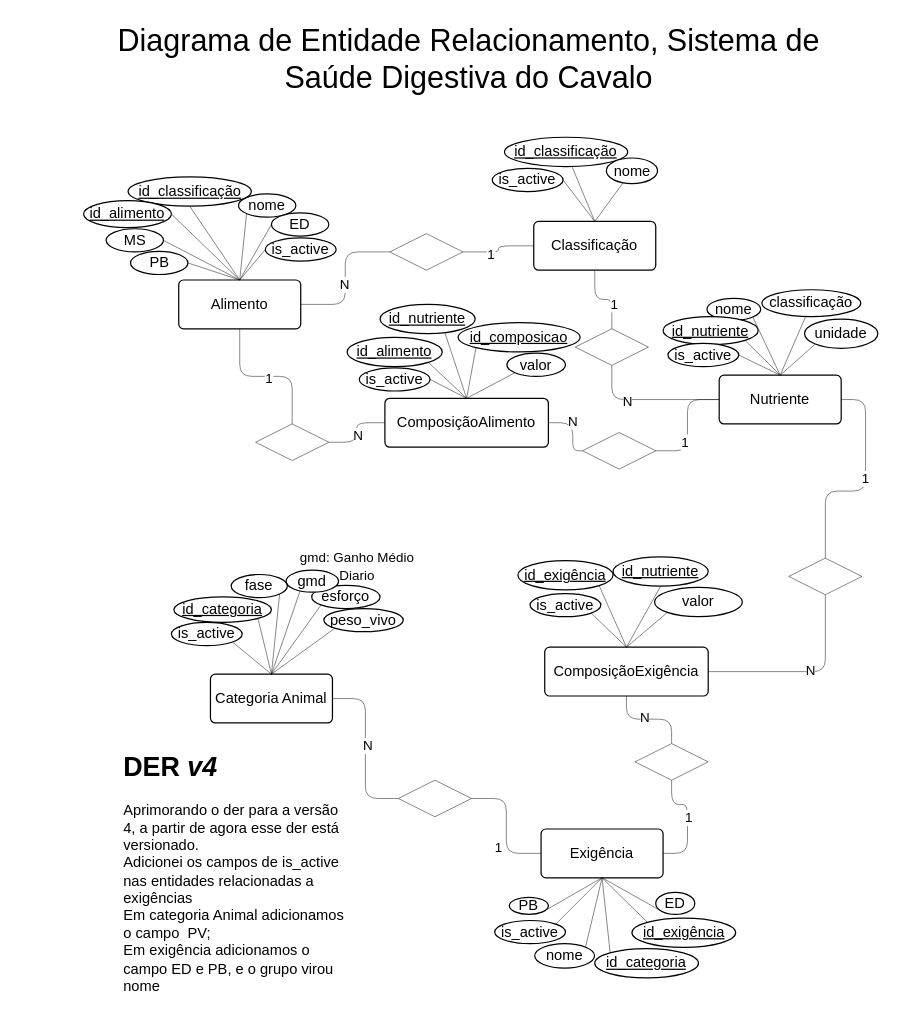
The draw.io diagram doc/DerV4.drawio in Gabriel-Augusto21/ESDC, before the edit. Source tidied: cells renumbered, new cells numbered last; positions are measured from the earlier drawing's top-left corner, leaving out a move shared by most shapes. Both pictures are drawn from the tidied source at 122%, with x=0, y=0 at pixel (68, 39).
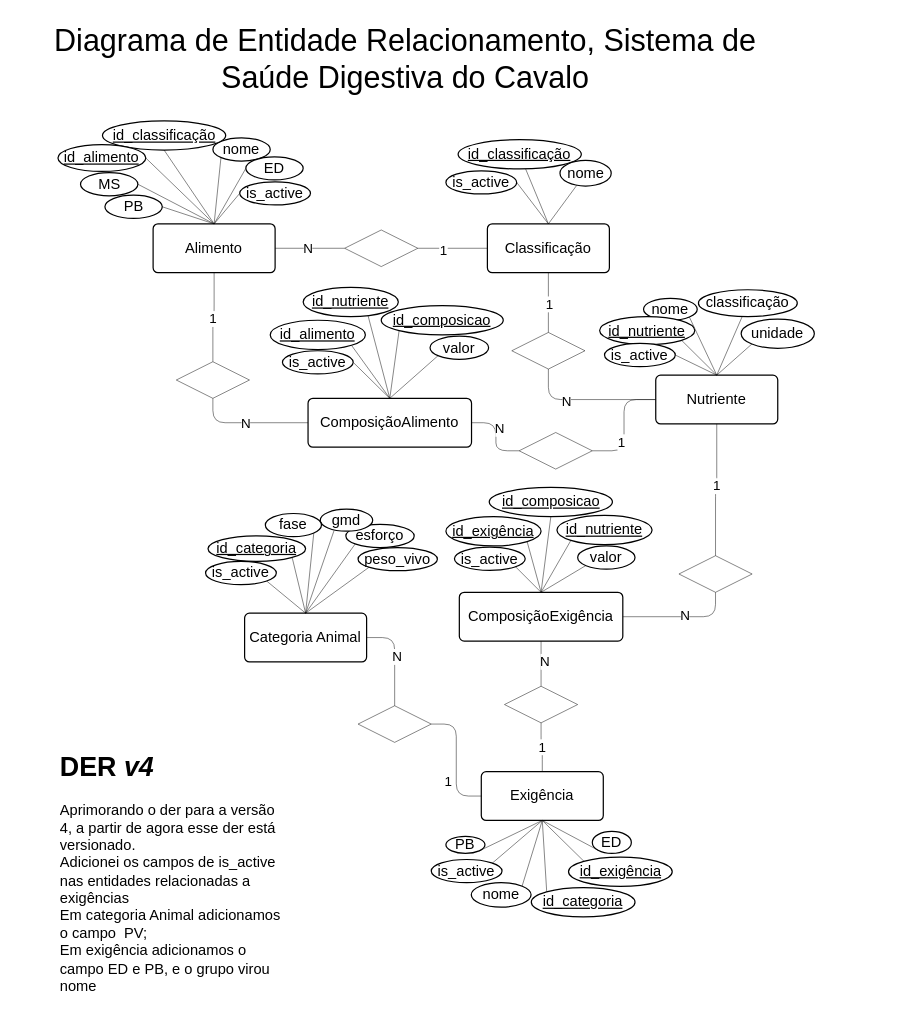
After the change.

The change refers to these unchanged cells:
```xml
<mxCell id="38" value="Nutriente" style="rounded=1;arcSize=10;whiteSpace=wrap;html=1;align=center;" parent="37" vertex="1">
  <mxGeometry x="52" y="70" width="100" height="40" as="geometry" />
</mxCell>
<mxCell id="55" value="ComposiçãoAlimento" style="rounded=1;arcSize=10;whiteSpace=wrap;html=1;align=center;" parent="54" vertex="1">
  <mxGeometry x="31" y="71" width="134" height="40" as="geometry" />
</mxCell>
<mxCell id="67" value="ComposiçãoExigência" style="rounded=1;arcSize=10;whiteSpace=wrap;html=1;align=center;" parent="66" vertex="1">
  <mxGeometry x="31" y="71" width="134" height="40" as="geometry" />
</mxCell>
<mxCell id="100" style="edgeStyle=orthogonalEdgeStyle;shape=connector;curved=0;rounded=1;jettySize=auto;html=1;shadow=0;strokeColor=default;strokeWidth=0.3937;align=center;verticalAlign=middle;fontFamily=Helvetica;fontSize=11;fontColor=default;labelBackgroundColor=default;startFill=0;endArrow=none;flowAnimation=0;exitX=0.5;exitY=1;exitDx=0;exitDy=0;entryX=0.5;entryY=0;entryDx=0;entryDy=0;" parent="1" edge="1" source="4" target="99">
  <mxGeometry relative="1" as="geometry" />
</mxCell>
<mxCell id="111" value="Categoria Animal" style="rounded=1;arcSize=10;whiteSpace=wrap;html=1;align=center;" parent="110" vertex="1">
  <mxGeometry y="61" width="100" height="40" as="geometry" />
</mxCell>
```

Change to the diagram source:
```diff
@@
-    <mxCell id="2" value="gmd: Ganho Médio Diario" style="text;html=1;align=center;verticalAlign=middle;whiteSpace=wrap;rounded=0;fontFamily=Helvetica;fontSize=11;fontColor=default;labelBackgroundColor=default;" parent="1" vertex="1">
-      <mxGeometry x="178" y="417" width="117" height="30" as="geometry" />
-    </mxCell>
     <mxCell id="3" style="group;" parent="1" vertex="1">
-      <mxGeometry x="311" y="79" width="190.5" height="110" as="geometry" />
+      <mxGeometry x="273" y="81" width="190.5" height="110" as="geometry" />
     </mxCell>
@@
-    <mxCell id="15" style="edgeStyle=orthogonalEdgeStyle;rounded=1;jettySize=auto;html=1;exitX=1;exitY=0.5;exitDx=0;exitDy=0;entryX=0;entryY=0.5;entryDx=0;entryDy=0;endArrow=none;startFill=0;strokeWidth=0.3937;curved=0;flowAnimation=0;shadow=0;" parent="1" edge="1" source="17" target="55">
+    <mxCell id="15" style="edgeStyle=orthogonalEdgeStyle;rounded=1;jettySize=auto;html=1;exitX=0.5;exitY=1;exitDx=0;exitDy=0;entryX=0;entryY=0.5;entryDx=0;entryDy=0;endArrow=none;startFill=0;strokeWidth=0.3937;curved=0;flowAnimation=0;shadow=0;" parent="1" edge="1" source="17" target="55">
       <mxGeometry relative="1" as="geometry" />
     </mxCell>
@@
     <mxCell id="17" style="shape=rhombus;perimeter=rhombusPerimeter;whiteSpace=wrap;html=1;align=center;strokeWidth=0.3937;fontFamily=Helvetica;fontColor=#464646;spacing=0.3937;" parent="1" vertex="1">
-      <mxGeometry x="153" y="315" width="60" height="30" as="geometry" />
+      <mxGeometry x="88" y="264" width="60" height="30" as="geometry" />
     </mxCell>
@@
     <mxCell id="20" style="shape=rhombus;perimeter=rhombusPerimeter;whiteSpace=wrap;html=1;align=center;strokeWidth=0.3937;fontFamily=Helvetica;fontColor=#464646;spacing=0.3937;" parent="1" vertex="1">
-      <mxGeometry x="421" y="322" width="60" height="30" as="geometry" />
+      <mxGeometry x="369" y="322" width="60" height="30" as="geometry" />
     </mxCell>
     <mxCell id="21" style="group;" parent="1" vertex="1">
-      <mxGeometry y="117" width="215" height="120" as="geometry" />
+      <mxGeometry x="-21" y="71" width="215" height="120" as="geometry" />
     </mxCell>
@@
     <mxCell id="37" style="group;" parent="1" vertex="1">
-      <mxGeometry x="481" y="205" width="182" height="110" as="geometry" />
+      <mxGeometry x="429" y="205" width="182" height="110" as="geometry" />
     </mxCell>
@@
     <mxCell id="51" style="shape=rhombus;perimeter=rhombusPerimeter;whiteSpace=wrap;html=1;align=center;strokeWidth=0.3937;fontFamily=Helvetica;fontColor=#464646;spacing=0.3937;" parent="1" vertex="1">
-      <mxGeometry x="263" y="159" width="60" height="30" as="geometry" />
+      <mxGeometry x="226" y="156" width="60" height="30" as="geometry" />
     </mxCell>
@@
     <mxCell id="54" style="group;" parent="1" vertex="1">
-      <mxGeometry x="228" y="223" width="199" height="111" as="geometry" />
+      <mxGeometry x="165" y="223" width="199" height="111" as="geometry" />
     </mxCell>
@@
     <mxCell id="57" value="&lt;u&gt;id_alimento&lt;/u&gt;" style="ellipse;whiteSpace=wrap;html=1;align=center;" parent="54" vertex="1">
-      <mxGeometry y="21" width="78" height="24" as="geometry" />
+      <mxGeometry y="7" width="78" height="24" as="geometry" />
     </mxCell>
@@
     <mxCell id="59" value="valor" style="ellipse;whiteSpace=wrap;html=1;align=center;" parent="54" vertex="1">
-      <mxGeometry x="131" y="34" width="48" height="19" as="geometry" />
+      <mxGeometry x="131" y="20" width="48" height="19" as="geometry" />
     </mxCell>
@@
     <mxCell id="61" value="&lt;u&gt;id_nutriente&lt;/u&gt;" style="ellipse;whiteSpace=wrap;html=1;align=center;" parent="54" vertex="1">
-      <mxGeometry x="27" y="-6" width="78" height="24" as="geometry" />
+      <mxGeometry x="27" y="-20" width="78" height="24" as="geometry" />
     </mxCell>
@@
     <mxCell id="63" value="is_&lt;span style=&quot;background-color: transparent; color: light-dark(rgb(0, 0, 0), rgb(255, 255, 255));&quot;&gt;active&lt;/span&gt;" style="ellipse;whiteSpace=wrap;html=1;align=center;" parent="54" vertex="1">
-      <mxGeometry x="10" y="46" width="58" height="19" as="geometry" />
+      <mxGeometry x="10" y="32" width="58" height="19" as="geometry" />
     </mxCell>
     <mxCell id="64" value="&lt;u&gt;id_composicao&lt;/u&gt;" style="ellipse;whiteSpace=wrap;html=1;align=center;" parent="54" vertex="1">
-      <mxGeometry x="91" y="9" width="100" height="24" as="geometry" />
+      <mxGeometry x="91" y="-5" width="100" height="24" as="geometry" />
     </mxCell>
@@
     <mxCell id="66" style="group;" parent="1" vertex="1">
-      <mxGeometry x="359" y="427" width="176" height="111" as="geometry" />
+      <mxGeometry x="289" y="382" width="176" height="111" as="geometry" />
     </mxCell>
@@
     <mxCell id="69" value="&lt;u&gt;id_exigência&lt;/u&gt;" style="ellipse;whiteSpace=wrap;html=1;align=center;" parent="66" vertex="1">
-      <mxGeometry x="9" width="78" height="24" as="geometry" />
+      <mxGeometry x="20" y="9" width="78" height="24" as="geometry" />
     </mxCell>
@@
     <mxCell id="71" value="valor" style="ellipse;whiteSpace=wrap;html=1;align=center;" parent="66" vertex="1">
-      <mxGeometry x="121" y="22" width="72" height="24" as="geometry" />
+      <mxGeometry x="128" y="33" width="47" height="19" as="geometry" />
     </mxCell>
-    <mxCell id="72" style="edgeStyle=none;shape=connector;rounded=1;jettySize=auto;html=1;exitX=0.5;exitY=1;exitDx=0;exitDy=0;entryX=0.5;entryY=0;entryDx=0;entryDy=0;shadow=0;strokeColor=default;strokeWidth=0.3937;align=center;verticalAlign=middle;fontFamily=Helvetica;fontSize=11;fontColor=default;labelBackgroundColor=default;startFill=0;endArrow=none;flowAnimation=0;" parent="66" edge="1" source="73" target="67">
+    <mxCell id="72" style="edgeStyle=none;shape=connector;rounded=1;jettySize=auto;html=1;exitX=0;exitY=1;exitDx=0;exitDy=0;entryX=0.5;entryY=0;entryDx=0;entryDy=0;shadow=0;strokeColor=default;strokeWidth=0.3937;align=center;verticalAlign=middle;fontFamily=Helvetica;fontSize=11;fontColor=default;labelBackgroundColor=default;startFill=0;endArrow=none;flowAnimation=0;" parent="66" edge="1" source="73" target="67">
       <mxGeometry relative="1" as="geometry" />
     </mxCell>
     <mxCell id="73" value="&lt;u&gt;id_nutriente&lt;/u&gt;" style="ellipse;whiteSpace=wrap;html=1;align=center;" parent="66" vertex="1">
-      <mxGeometry x="87" y="-3" width="78" height="24" as="geometry" />
+      <mxGeometry x="111" y="8" width="78" height="24" as="geometry" />
     </mxCell>
     <mxCell id="74" value="is_&lt;span style=&quot;background-color: transparent; color: light-dark(rgb(0, 0, 0), rgb(255, 255, 255));&quot;&gt;active&lt;/span&gt;" style="ellipse;whiteSpace=wrap;html=1;align=center;" parent="66" vertex="1">
-      <mxGeometry x="19" y="27" width="58" height="19" as="geometry" />
+      <mxGeometry x="27" y="34" width="58" height="19" as="geometry" />
     </mxCell>
@@
     <mxCell id="78" style="group;" parent="1" vertex="1">
-      <mxGeometry x="307" y="577" width="217" height="120" as="geometry" />
+      <mxGeometry x="255" y="530" width="217" height="120" as="geometry" />
     </mxCell>
     <mxCell id="79" value="Exigência" style="rounded=1;arcSize=10;whiteSpace=wrap;html=1;align=center;" parent="78" vertex="1">
-      <mxGeometry x="80" y="70" width="100" height="40" as="geometry" />
+      <mxGeometry x="83" y="70" width="100" height="40" as="geometry" />
     </mxCell>
     <mxCell id="80" style="shape=rhombus;perimeter=rhombusPerimeter;whiteSpace=wrap;html=1;align=center;strokeWidth=0.3937;fontFamily=Helvetica;fontColor=#464646;spacing=0.3937;" parent="78" vertex="1">
-      <mxGeometry x="157" width="60" height="30" as="geometry" />
+      <mxGeometry x="102" width="60" height="30" as="geometry" />
     </mxCell>
-    <mxCell id="81" style="edgeStyle=orthogonalEdgeStyle;shape=connector;curved=0;rounded=1;jettySize=auto;html=1;shadow=0;strokeColor=default;strokeWidth=0.3937;align=center;verticalAlign=middle;fontFamily=Helvetica;fontSize=11;fontColor=default;labelBackgroundColor=default;startFill=0;endArrow=none;flowAnimation=0;entryX=1;entryY=0.5;entryDx=0;entryDy=0;exitX=0.5;exitY=1;exitDx=0;exitDy=0;" parent="78" edge="1" source="80" target="79">
+    <mxCell id="81" style="edgeStyle=orthogonalEdgeStyle;shape=connector;curved=0;rounded=1;jettySize=auto;html=1;shadow=0;strokeColor=default;strokeWidth=0.3937;align=center;verticalAlign=middle;fontFamily=Helvetica;fontSize=11;fontColor=default;labelBackgroundColor=default;startFill=0;endArrow=none;flowAnimation=0;entryX=0.5;entryY=0;entryDx=0;entryDy=0;exitX=0.5;exitY=1;exitDx=0;exitDy=0;" parent="78" edge="1" source="80" target="79">
       <mxGeometry relative="1" as="geometry" />
     </mxCell>
@@
     <mxCell id="83" style="shape=rhombus;perimeter=rhombusPerimeter;whiteSpace=wrap;html=1;align=center;strokeWidth=0.3937;fontFamily=Helvetica;fontColor=#464646;spacing=0.3937;" parent="78" vertex="1">
-      <mxGeometry x="-37" y="30" width="60" height="30" as="geometry" />
+      <mxGeometry x="-18" y="16" width="60" height="30" as="geometry" />
     </mxCell>
@@
     <mxCell id="88" style="shape=rhombus;perimeter=rhombusPerimeter;whiteSpace=wrap;html=1;align=center;strokeWidth=0.3937;fontFamily=Helvetica;fontColor=#464646;spacing=0.3937;" parent="1" vertex="1">
-      <mxGeometry x="590" y="425" width="60" height="30" as="geometry" />
+      <mxGeometry x="500" y="423" width="60" height="30" as="geometry" />
     </mxCell>
-    <mxCell id="89" style="edgeStyle=orthogonalEdgeStyle;shape=connector;curved=0;rounded=1;jettySize=auto;html=1;exitX=1;exitY=0.5;exitDx=0;exitDy=0;shadow=0;strokeColor=default;strokeWidth=0.3937;align=center;verticalAlign=middle;fontFamily=Helvetica;fontSize=11;fontColor=default;labelBackgroundColor=default;startFill=0;endArrow=none;flowAnimation=0;entryX=0.5;entryY=0;entryDx=0;entryDy=0;" parent="1" edge="1" source="38" target="88">
+    <mxCell id="89" style="edgeStyle=orthogonalEdgeStyle;shape=connector;curved=0;rounded=1;jettySize=auto;html=1;exitX=0.5;exitY=1;exitDx=0;exitDy=0;shadow=0;strokeColor=default;strokeWidth=0.3937;align=center;verticalAlign=middle;fontFamily=Helvetica;fontSize=11;fontColor=default;labelBackgroundColor=default;startFill=0;endArrow=none;flowAnimation=0;entryX=0.5;entryY=0;entryDx=0;entryDy=0;" parent="1" edge="1" source="38" target="88">
       <mxGeometry relative="1" as="geometry" />
     </mxCell>
@@
     <mxCell id="91" value="&lt;font style=&quot;font-size: 25px;&quot;&gt;Diagrama de Entidade Relacionamento, Sistema de Saúde Digestiva do Cavalo&lt;/font&gt;" style="text;html=1;align=center;verticalAlign=middle;whiteSpace=wrap;rounded=0;fontFamily=Helvetica;fontSize=11;fontColor=default;labelBackgroundColor=default;" parent="1" vertex="1">
-      <mxGeometry x="12.5" width="630" height="30" as="geometry" />
+      <mxGeometry x="-39.5" width="630" height="30" as="geometry" />
     </mxCell>
     <mxCell id="92" value="&lt;h1 style=&quot;margin-top: 0px;&quot;&gt;&lt;span style=&quot;background-color: light-dark(#ffffff, var(--ge-dark-color, #121212)); color: light-dark(rgb(0, 0, 0), rgb(255, 255, 255));&quot;&gt;DER&amp;nbsp;&lt;i&gt;v4&lt;/i&gt;&lt;/span&gt;&lt;/h1&gt;&lt;div style=&quot;&quot;&gt;&lt;span style=&quot;font-size: 12px;&quot;&gt;Aprimorando o der para a versão 4, a partir de agora esse der está versionado.&lt;/span&gt;&lt;/div&gt;&lt;div style=&quot;&quot;&gt;&lt;span style=&quot;font-size: 12px;&quot;&gt;Adicionei os campos de is_active nas entidades relacionadas a exigências&lt;/span&gt;&lt;/div&gt;&lt;div style=&quot;&quot;&gt;&lt;span style=&quot;font-size: 12px;&quot;&gt;Em categoria Animal adicionamos o campo &lt;/span&gt;&lt;span style=&quot;font-size: 12px; background-color: light-dark(#ffffff, var(--ge-dark-color, #121212)); color: light-dark(rgb(0, 0, 0), rgb(255, 255, 255));&quot;&gt;&amp;nbsp;PV;&lt;/span&gt;&lt;/div&gt;&lt;div style=&quot;&quot;&gt;&lt;span style=&quot;font-size: 12px; background-color: light-dark(#ffffff, var(--ge-dark-color, #121212)); color: light-dark(rgb(0, 0, 0), rgb(255, 255, 255));&quot;&gt;Em exigência adicionamos o campo&amp;nbsp;&lt;/span&gt;&lt;span style=&quot;color: light-dark(rgb(0, 0, 0), rgb(255, 255, 255)); font-size: 12px;&quot;&gt;ED e&amp;nbsp;&lt;/span&gt;&lt;span style=&quot;background-color: light-dark(#ffffff, var(--ge-dark-color, #121212)); color: light-dark(rgb(0, 0, 0), rgb(255, 255, 255)); font-size: 12px;&quot;&gt;PB, e o&amp;nbsp;&lt;/span&gt;&lt;span style=&quot;background-color: light-dark(#ffffff, var(--ge-dark-color, #121212)); color: light-dark(rgb(0, 0, 0), rgb(255, 255, 255)); font-size: 12px;&quot;&gt;grupo virou nome&amp;nbsp;&amp;nbsp;&lt;/span&gt;&lt;/div&gt;&lt;div style=&quot;&quot;&gt;&lt;br&gt;&lt;/div&gt;" style="text;html=1;whiteSpace=wrap;overflow=hidden;rounded=0;fontFamily=Helvetica;fontSize=11;fontColor=default;labelBackgroundColor=default;align=left;" parent="1" vertex="1">
-      <mxGeometry x="42.5" y="577" width="185.5" height="220" as="geometry" />
+      <mxGeometry x="-9.5" y="577" width="185.5" height="220" as="geometry" />
     </mxCell>
     <mxCell id="93" value="&lt;u&gt;id_categoria&lt;/u&gt;" style="ellipse;whiteSpace=wrap;html=1;align=center;" parent="1" vertex="1">
-      <mxGeometry x="431" y="745" width="85" height="24" as="geometry" />
+      <mxGeometry x="379" y="695" width="85" height="24" as="geometry" />
     </mxCell>
@@
     <mxCell id="95" value="&lt;u&gt;id_exigência&lt;/u&gt;" style="ellipse;whiteSpace=wrap;html=1;align=center;" parent="1" vertex="1">
-      <mxGeometry x="461.5" y="720" width="85" height="24" as="geometry" />
+      <mxGeometry x="409.5" y="670" width="85" height="24" as="geometry" />
     </mxCell>
     <mxCell id="96" value="nome" style="ellipse;whiteSpace=wrap;html=1;align=center;" parent="1" vertex="1">
-      <mxGeometry x="381.8" y="741" width="49" height="20" as="geometry" />
+      <mxGeometry x="329.8" y="691" width="49" height="20" as="geometry" />
     </mxCell>
@@
     <mxCell id="99" style="shape=rhombus;perimeter=rhombusPerimeter;whiteSpace=wrap;html=1;align=center;strokeWidth=0.3937;fontFamily=Helvetica;fontColor=#464646;spacing=0.3937;" parent="1" vertex="1">
-      <mxGeometry x="415" y="237" width="60" height="30" as="geometry" />
+      <mxGeometry x="363" y="240" width="60" height="30" as="geometry" />
     </mxCell>
@@
     <mxCell id="101" value="1" style="edgeLabel;html=1;align=center;verticalAlign=middle;strokeColor=default;strokeWidth=0.3937;spacing=0.3937;fontFamily=Helvetica;fontSize=11;fontColor=default;labelBackgroundColor=default;fillColor=default;" parent="100" vertex="1">
-      <mxGeometry x="0.31" y="1" relative="1" as="geometry" />
+      <mxGeometry x="0.31" y="1" relative="1" as="geometry">
+        <mxPoint x="-1" y="-7" as="offset" />
+      </mxGeometry>
     </mxCell>
@@
     <mxCell id="104" value="is_&lt;span style=&quot;background-color: transparent; color: light-dark(rgb(0, 0, 0), rgb(255, 255, 255));&quot;&gt;active&lt;/span&gt;" style="ellipse;whiteSpace=wrap;html=1;align=center;" parent="1" vertex="1">
-      <mxGeometry x="349" y="722" width="58" height="19" as="geometry" />
+      <mxGeometry x="297" y="672" width="58" height="19" as="geometry" />
     </mxCell>
@@
-    <mxCell id="106" style="edgeStyle=orthogonalEdgeStyle;shape=connector;curved=0;rounded=1;jettySize=auto;html=1;entryX=1;entryY=0.5;entryDx=0;entryDy=0;shadow=0;strokeColor=default;strokeWidth=0.3937;align=center;verticalAlign=middle;fontFamily=Helvetica;fontSize=11;fontColor=default;labelBackgroundColor=default;startFill=0;endArrow=none;flowAnimation=0;exitX=0;exitY=0.5;exitDx=0;exitDy=0;" parent="1" edge="1" source="83" target="111">
+    <mxCell id="106" style="edgeStyle=orthogonalEdgeStyle;shape=connector;curved=0;rounded=1;jettySize=auto;html=1;entryX=1;entryY=0.5;entryDx=0;entryDy=0;shadow=0;strokeColor=default;strokeWidth=0.3937;align=center;verticalAlign=middle;fontFamily=Helvetica;fontSize=11;fontColor=default;labelBackgroundColor=default;startFill=0;endArrow=none;flowAnimation=0;exitX=0.5;exitY=0;exitDx=0;exitDy=0;" parent="1" edge="1" source="83" target="111">
       <mxGeometry relative="1" as="geometry" />
     </mxCell>
@@
     <mxCell id="108" style="group;" parent="1" vertex="1">
-      <mxGeometry x="70" y="404.9" width="300" height="155.2" as="geometry" />
+      <mxGeometry x="60" y="396.9" width="300" height="155.2" as="geometry" />
     </mxCell>
     <mxCell id="109" style="group;" parent="108" vertex="1">
-      <mxGeometry y="54.2" width="234" height="101" as="geometry" />
+      <mxGeometry x="38" y="12.2" width="234" height="101" as="geometry" />
     </mxCell>
@@
     <mxCell id="120" value="gmd" style="ellipse;whiteSpace=wrap;html=1;align=center;" parent="108" vertex="1">
-      <mxGeometry x="108" y="30" width="43" height="18" as="geometry" />
+      <mxGeometry x="146" y="-12" width="43" height="18" as="geometry" />
     </mxCell>
     <mxCell id="121" value="fase" style="ellipse;whiteSpace=wrap;html=1;align=center;" parent="108" vertex="1">
-      <mxGeometry x="63" y="33.5" width="46" height="19" as="geometry" />
+      <mxGeometry x="101" y="-8.5" width="46" height="19" as="geometry" />
     </mxCell>
     <mxCell id="122" value="&lt;u&gt;id_categoria&lt;/u&gt;" style="ellipse;whiteSpace=wrap;html=1;align=center;" parent="108" vertex="1">
-      <mxGeometry x="16" y="51.8" width="80" height="21" as="geometry" />
+      <mxGeometry x="54" y="9.8" width="80" height="21" as="geometry" />
     </mxCell>
     <mxCell id="123" value="is_&lt;span style=&quot;background-color: transparent; color: light-dark(rgb(0, 0, 0), rgb(255, 255, 255));&quot;&gt;active&lt;/span&gt;" style="ellipse;whiteSpace=wrap;html=1;align=center;" parent="108" vertex="1">
-      <mxGeometry x="14" y="72.8" width="58" height="19" as="geometry" />
+      <mxGeometry x="52" y="30.8" width="58" height="19" as="geometry" />
     </mxCell>
     <mxCell id="124" value="PB" style="ellipse;whiteSpace=wrap;html=1;align=center;" parent="1" vertex="1">
-      <mxGeometry x="361" y="703" width="32" height="14" as="geometry" />
+      <mxGeometry x="309" y="653" width="32" height="14" as="geometry" />
     </mxCell>
@@
     <mxCell id="126" value="ED" style="ellipse;whiteSpace=wrap;html=1;align=center;" parent="1" vertex="1">
-      <mxGeometry x="481" y="699" width="32" height="18" as="geometry" />
+      <mxGeometry x="429" y="649" width="32" height="18" as="geometry" />
     </mxCell>
@@
+    <mxCell id="128" style="edgeStyle=none;shape=connector;rounded=1;jettySize=auto;html=1;exitX=0.5;exitY=1;exitDx=0;exitDy=0;shadow=0;strokeColor=default;strokeWidth=0.3937;align=center;verticalAlign=middle;fontFamily=Helvetica;fontSize=11;fontColor=default;labelBackgroundColor=default;startFill=0;endArrow=none;flowAnimation=0;entryX=0.5;entryY=0;entryDx=0;entryDy=0;" parent="1" edge="1" source="129" target="67">
+      <mxGeometry relative="1" as="geometry" />
+    </mxCell>
+    <mxCell id="129" value="&lt;u&gt;id_composicao&lt;/u&gt;" style="ellipse;whiteSpace=wrap;html=1;align=center;" parent="1" vertex="1">
+      <mxGeometry x="344.5" y="367" width="101" height="24" as="geometry" />
+    </mxCell>
```
